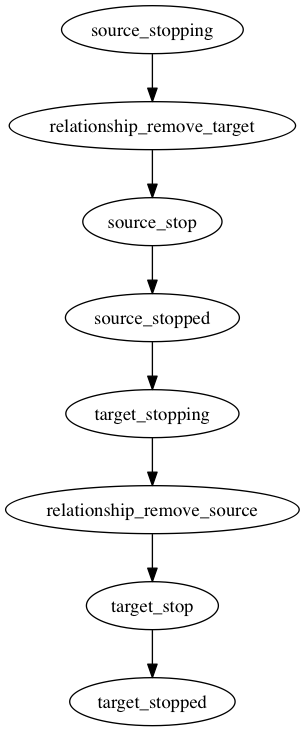
The Graphviz diagram images/2.0.0/concepts/stop_wf_rel.png in alien4cloud/alien4cloud.github.io, before a commit. Its source is kept beside it as images/2.0.0/concepts/stop_wf_rel.dot.
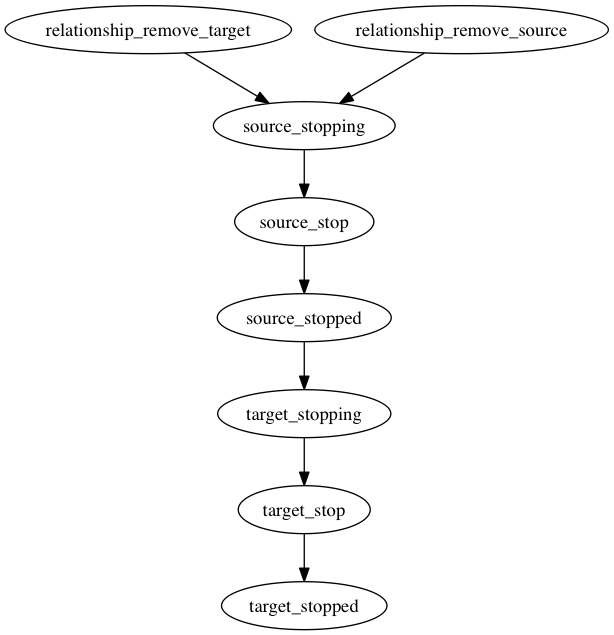
The same diagram one commit later.

The edit, as a diff of the source:
```diff
@@ -1,5 +1,6 @@
 digraph relationship_stop_workflow {
-  target_stopping -> relationship_remove_source -> target_stop -> target_stopped;
-  source_stopping -> relationship_remove_target -> source_stop -> source_stopped;
+  target_stopping -> target_stop -> target_stopped;
+  relationship_remove_target -> source_stopping -> source_stop -> source_stopped;
+  relationship_remove_source -> source_stopping;
   source_stopped -> target_stopping;
 }
```
